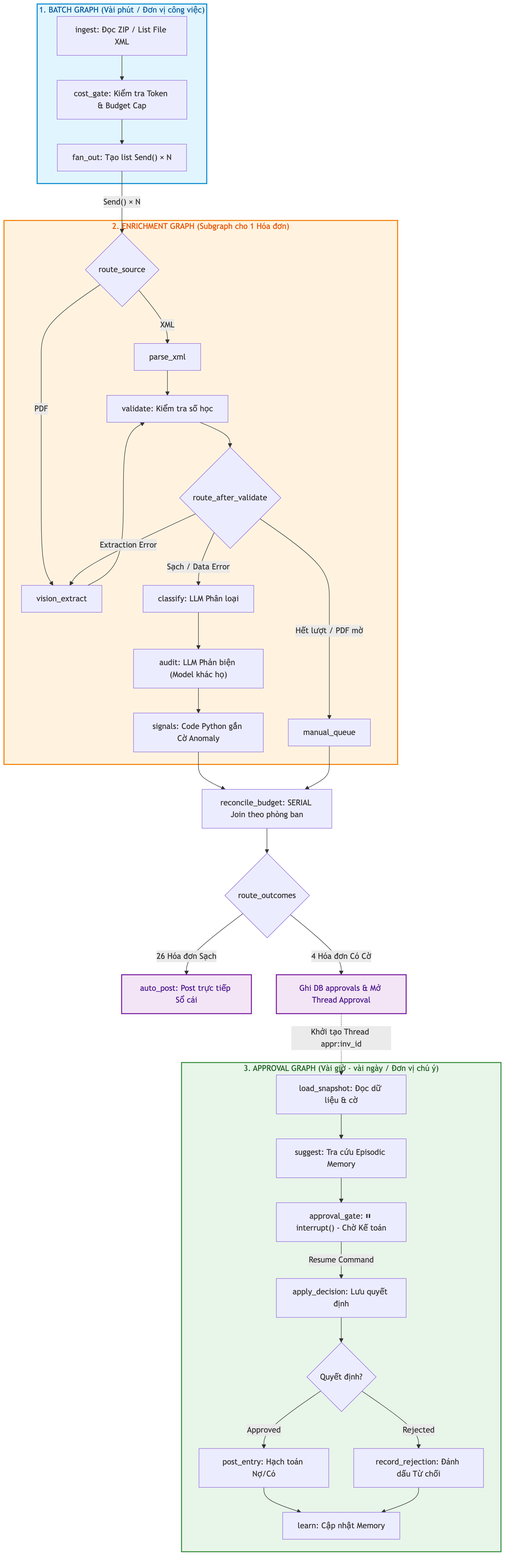
Before: docs/diagrams/overview_architecture.png, a diagram exported from Mermaid (quockhanh41/Vietnamese-Invoice-agent). Its source is kept beside it as docs/diagrams/overview_architecture.mmd. Its diagram source:
```mermaid
flowchart TB
    classDef batchStyle fill:#e1f5fe,stroke:#0288d1,stroke-width:2px,color:#01579b;
    classDef enrichStyle fill:#fff3e0,stroke:#f57c00,stroke-width:2px,color:#e65100;
    classDef approvalStyle fill:#e8f5e9,stroke:#388e3c,stroke-width:2px,color:#1b5e20;
    classDef actionStyle fill:#f3e5f5,stroke:#7b1fa2,stroke-width:2px,color:#4a148c;

    subgraph BATCH ["1. BATCH GRAPH (Vài phút / Đơn vị công việc)"]
        direction TB
        B1["ingest: Đọc ZIP / List File XML"] --> B2["cost_gate: Kiểm tra Token & Budget Cap"]
        B2 --> B3["fan_out: Tạo list Send() × N"]
    end

    subgraph ENRICH ["2. ENRICHMENT GRAPH (Subgraph cho 1 Hóa đơn)"]
        direction TB
        E1{"route_source"} -->|XML| E2["parse_xml"]
        E1 -->|PDF| E3["vision_extract"]
        E2 --> E4["validate: Kiểm tra số học"]
        E3 --> E4
        E4 --> E5{"route_after_validate"}
        E5 -->|Extraction Error| E3
        E5 -->|Hết lượt / PDF mờ| E6["manual_queue"]
        E5 -->|Sạch / Data Error| E7["classify: LLM Phân loại"]
        E7 --> E8["audit: LLM Phản biện (Model khác họ)"]
        E8 --> E9["signals: Code Python gắn Cờ Anomaly"]
    end

    subgraph APPR ["3. APPROVAL GRAPH (Vài giờ - vài ngày / Đơn vị chú ý)"]
        direction TB
        A1["load_snapshot: Đọc dữ liệu & cờ"] --> A2["suggest: Tra cứu Episodic Memory"]
        A2 --> A3["approval_gate: ⏸ interrupt() - Chờ Kế toán"]
        A3 -->|"Resume Command"| A4["apply_decision: Lưu quyết định"]
        A4 --> A5{"Quyết định?"}
        A5 -->|Approved| A6["post_entry: Hạch toán Nợ/Có"]
        A5 -->|Rejected| A7["record_rejection: Đánh dấu Từ chối"]
        A6 --> A8["learn: Cập nhật Memory"]
        A7 --> A8
    end

    B3 -->|"Send() × N"| E1
    E9 --> B4["reconcile_budget: SERIAL Join theo phòng ban"]
    E6 --> B4
    B4 --> B5{"route_outcomes"}
    B5 -->|26 Hóa đơn Sạch| ACT1["auto_post: Post trực tiếp Sổ cái"]:::actionStyle
    B5 -->|4 Hóa đơn Có Cờ| ACT2["Ghi DB approvals & Mở Thread Approval"]:::actionStyle
    ACT2 -.->|"Khởi tạo Thread appr:inv_id"| A1

    class BATCH batchStyle;
    class ENRICH enrichStyle;
    class APPR approvalStyle;
```
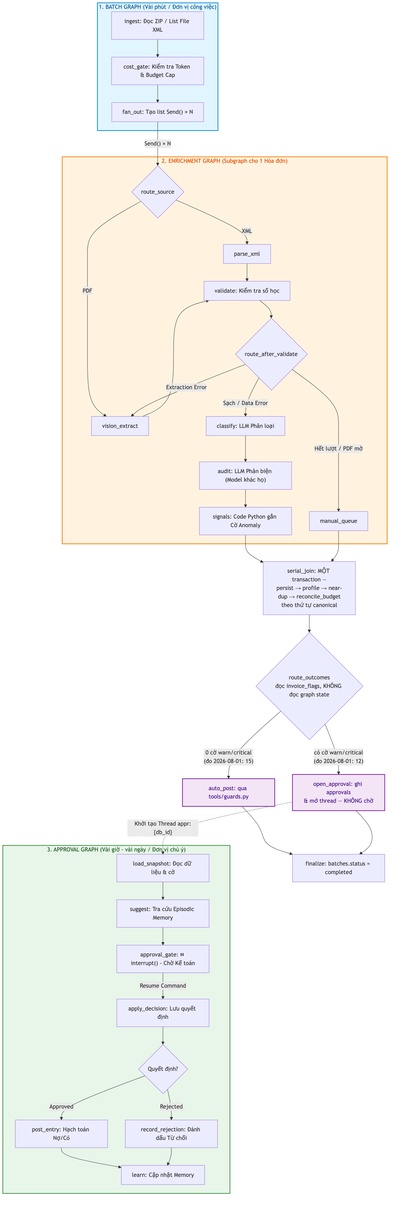
After the change.

Change to the diagram source:
```diff
@@ -37,12 +37,14 @@
     end
 
     B3 -->|"Send() × N"| E1
-    E9 --> B4["reconcile_budget: SERIAL Join theo phòng ban"]
+    E9 --> B4["serial_join: MỘT transaction —<br/>persist → profile → near-dup → reconcile_budget<br/>theo thứ tự canonical"]
     E6 --> B4
-    B4 --> B5{"route_outcomes"}
-    B5 -->|26 Hóa đơn Sạch| ACT1["auto_post: Post trực tiếp Sổ cái"]:::actionStyle
-    B5 -->|4 Hóa đơn Có Cờ| ACT2["Ghi DB approvals & Mở Thread Approval"]:::actionStyle
-    ACT2 -.->|"Khởi tạo Thread appr:inv_id"| A1
+    B4 --> B5{"route_outcomes<br/>đọc invoice_flags, KHÔNG đọc graph state"}
+    B5 -->|"0 cờ warn/critical<br/>(đo 2026-08-01: 15)"| ACT1["auto_post: qua tools/guards.py"]:::actionStyle
+    B5 -->|"có cờ warn/critical<br/>(đo 2026-08-01: 12)"| ACT2["open_approval: ghi approvals<br/>& mở thread — KHÔNG chờ"]:::actionStyle
+    ACT2 -.->|"Khởi tạo Thread appr:{db_id}"| A1
+    ACT1 --> B6["finalize: batches.status = completed"]
+    ACT2 --> B6
 
     class BATCH batchStyle;
     class ENRICH enrichStyle;
```
